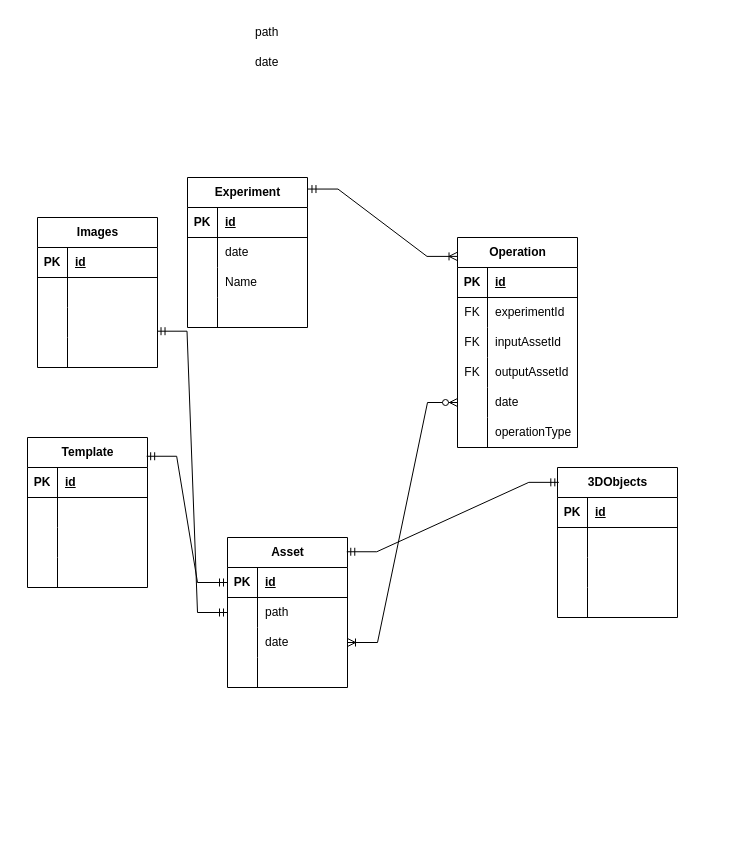
The draw.io diagram page "ERD" (11 of 11) of Docs/Diagrams.drawio.xml in okashaluai/Fingerprint-Biometric-Research-Tool, before the edit. Source tidied: cells renumbered, new cells numbered last; positions are measured from the earlier drawing's top-left corner, leaving out a move shared by most shapes. Both pictures are drawn from the tidied source at 100%, with x=0, y=0 at pixel (27, 17).
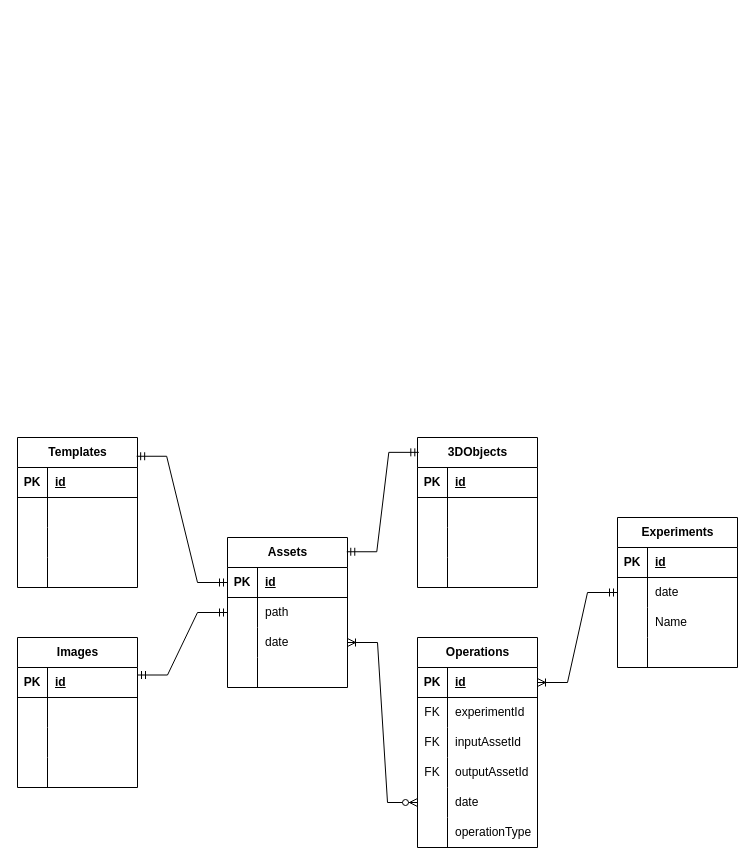
After the change.

Unchanged cells that the change refers to:
```xml
<mxCell id="29" style="shape=tableRow;horizontal=0;startSize=0;swimlaneHead=0;swimlaneBody=0;fillColor=none;points=[[0,0.5],[1,0.5]];portConstraint=eastwest;top=0;left=0;right=0;bottom=1;" parent="28" vertex="1">
  <mxGeometry y="30" width="120" height="30" as="geometry" />
</mxCell>
<mxCell id="66" value="Images" style="shape=table;startSize=30;childLayout=tableLayout;rowLines=0;fontStyle=1;align=center;html=1;" parent="65" vertex="1">
  <mxGeometry width="120" height="150" as="geometry" />
</mxCell>
<mxCell id="73" style="shape=tableRow;horizontal=0;startSize=0;swimlaneHead=0;swimlaneBody=0;fillColor=none;points=[[0,0.5],[1,0.5]];portConstraint=eastwest;top=0;left=0;right=0;bottom=0;" parent="66" vertex="1">
  <mxGeometry y="90" width="120" height="30" as="geometry" />
</mxCell>
<mxCell id="83" style="shape=tableRow;horizontal=0;startSize=0;swimlaneHead=0;swimlaneBody=0;fillColor=none;points=[[0,0.5],[1,0.5]];portConstraint=eastwest;top=0;left=0;right=0;bottom=0;" parent="79" vertex="1">
  <mxGeometry y="60" width="120" height="30" as="geometry" />
</mxCell>
```

What changed in the source:
```diff
@@
-    <mxCell id="2" value="Template" style="shape=table;startSize=30;childLayout=tableLayout;rowLines=0;fontStyle=1;align=center;html=1;" parent="1" vertex="1">
-      <mxGeometry y="420" width="120" height="150" as="geometry" />
+    <mxCell id="2" value="Templates" style="shape=table;startSize=30;childLayout=tableLayout;rowLines=0;fontStyle=1;align=center;html=1;" parent="1" vertex="1">
+      <mxGeometry x="-10" y="420" width="120" height="150" as="geometry" />
     </mxCell>
@@
-    <mxCell id="15" value="Experiment" style="shape=table;startSize=30;childLayout=tableLayout;rowLines=0;fontStyle=1;align=center;html=1;" parent="1" vertex="1">
-      <mxGeometry x="160" y="160" width="120" height="150" as="geometry" />
+    <mxCell id="15" value="Experiments" style="shape=table;startSize=30;childLayout=tableLayout;rowLines=0;fontStyle=1;align=center;html=1;" parent="1" vertex="1">
+      <mxGeometry x="590" y="500" width="120" height="150" as="geometry" />
     </mxCell>
@@
-    <mxCell id="28" value="Operation" style="shape=table;startSize=30;childLayout=tableLayout;rowLines=0;fontStyle=1;align=center;html=1;" parent="1" vertex="1">
-      <mxGeometry x="430" y="220" width="120" height="210" as="geometry" />
+    <mxCell id="28" value="Operations" style="shape=table;startSize=30;childLayout=tableLayout;rowLines=0;fontStyle=1;align=center;html=1;" parent="1" vertex="1">
+      <mxGeometry x="390" y="620" width="120" height="210" as="geometry" />
     </mxCell>
@@
-    <mxCell id="47" style="edgeStyle=entityRelationEdgeStyle;fontSize=12;html=1;endArrow=ERoneToMany;startArrow=ERmandOne;rounded=0;exitX=1.004;exitY=0.077;exitDx=0;exitDy=0;exitPerimeter=0;entryX=-0.004;entryY=0.09;entryDx=0;entryDy=0;entryPerimeter=0;" parent="1" edge="1" source="15" target="28">
+    <mxCell id="47" style="edgeStyle=entityRelationEdgeStyle;fontSize=12;html=1;endArrow=ERoneToMany;startArrow=ERmandOne;rounded=0;entryX=1;entryY=0.5;entryDx=0;entryDy=0;" parent="1" edge="1" source="15" target="29">
       <mxGeometry relative="1" as="geometry" />
     </mxCell>
-    <mxCell id="48" value="path" style="shape=partialRectangle;fillColor=none;top=0;left=0;bottom=0;right=0;align=left;spacingLeft=6;overflow=hidden;whiteSpace=wrap;html=1;" parent="1" vertex="1">
-      <mxGeometry x="220" width="90" height="30" as="geometry" />
-    </mxCell>
-    <mxCell id="49" value="date" style="shape=partialRectangle;fillColor=none;top=0;left=0;bottom=0;right=0;align=left;spacingLeft=6;overflow=hidden;whiteSpace=wrap;html=1;" parent="1" vertex="1">
-      <mxGeometry x="220" y="30" width="90" height="30" as="geometry" />
-    </mxCell>
     <mxCell id="50" style="group;" parent="1" vertex="1">
-      <mxGeometry x="530" y="450" width="120" height="150" as="geometry" />
+      <mxGeometry x="390" y="420" width="120" height="150" as="geometry" />
     </mxCell>
@@
     <mxCell id="65" style="group;" parent="1" vertex="1">
-      <mxGeometry x="10" y="200" width="120" height="150" as="geometry" />
+      <mxGeometry x="-10" y="620" width="120" height="150" as="geometry" />
     </mxCell>
@@
-    <mxCell id="79" value="Asset" style="shape=table;startSize=30;childLayout=tableLayout;rowLines=0;fontStyle=1;align=center;html=1;" parent="1" vertex="1">
+    <mxCell id="79" value="Assets" style="shape=table;startSize=30;childLayout=tableLayout;rowLines=0;fontStyle=1;align=center;html=1;" parent="1" vertex="1">
       <mxGeometry x="200" y="520" width="120" height="150" as="geometry" />
     </mxCell>
@@
-    <mxCell id="97" style="edgeStyle=entityRelationEdgeStyle;fontSize=12;html=1;endArrow=ERmandOne;startArrow=ERmandOne;rounded=0;exitX=0;exitY=0.5;exitDx=0;exitDy=0;entryX=0.996;entryY=0.79;entryDx=0;entryDy=0;entryPerimeter=0;" parent="1" edge="1" source="83" target="73">
+    <mxCell id="97" style="edgeStyle=entityRelationEdgeStyle;fontSize=12;html=1;endArrow=ERmandOne;startArrow=ERmandOne;rounded=0;exitX=0;exitY=0.5;exitDx=0;exitDy=0;entryX=1;entryY=0.25;entryDx=0;entryDy=0;" parent="1" edge="1" source="83" target="66">
       <mxGeometry relative="1" as="geometry" />
     </mxCell>
```
